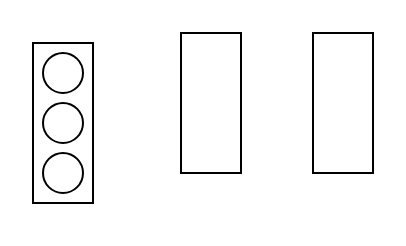
Earlier version of the draw.io diagram kgeQA.drawio (Dionysusssss/GraduationDesign2). Source tidied: cells renumbered, new cells numbered last; positions are measured from the earlier drawing's top-left corner, leaving out a move shared by most shapes. Both pictures are drawn from the tidied source at 200%, with x=0, y=0 at pixel (32, 32).
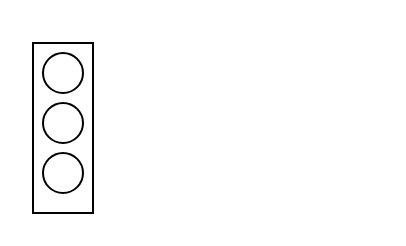
Above is the later version.

What changed in the source:
```diff
@@
 <mxGraphModel>
   <root>
     <mxCell id="0" />
     <mxCell id="1" parent="0" />
     <mxCell id="2" style="rounded=0;whiteSpace=wrap;html=1;" parent="1" vertex="1">
-      <mxGeometry y="5" width="30" height="80" as="geometry" />
+      <mxGeometry y="5" width="30" height="85" as="geometry" />
     </mxCell>
-    <mxCell id="3" style="rounded=0;whiteSpace=wrap;html=1;" parent="1" vertex="1">
-      <mxGeometry x="74" width="30" height="70" as="geometry" />
-    </mxCell>
-    <mxCell id="4" style="rounded=0;whiteSpace=wrap;html=1;" parent="1" vertex="1">
-      <mxGeometry x="140" width="30" height="70" as="geometry" />
-    </mxCell>
     <mxCell id="5" style="ellipse;whiteSpace=wrap;html=1;" parent="1" vertex="1">
       <mxGeometry x="5" y="10" width="20" height="20" as="geometry" />
     </mxCell>
     <mxCell id="6" style="ellipse;whiteSpace=wrap;html=1;" parent="1" vertex="1">
       <mxGeometry x="5" y="35" width="20" height="20" as="geometry" />
     </mxCell>
     <mxCell id="7" style="ellipse;whiteSpace=wrap;html=1;" parent="1" vertex="1">
       <mxGeometry x="5" y="60" width="20" height="20" as="geometry" />
     </mxCell>
   </root>
 </mxGraphModel>
```
